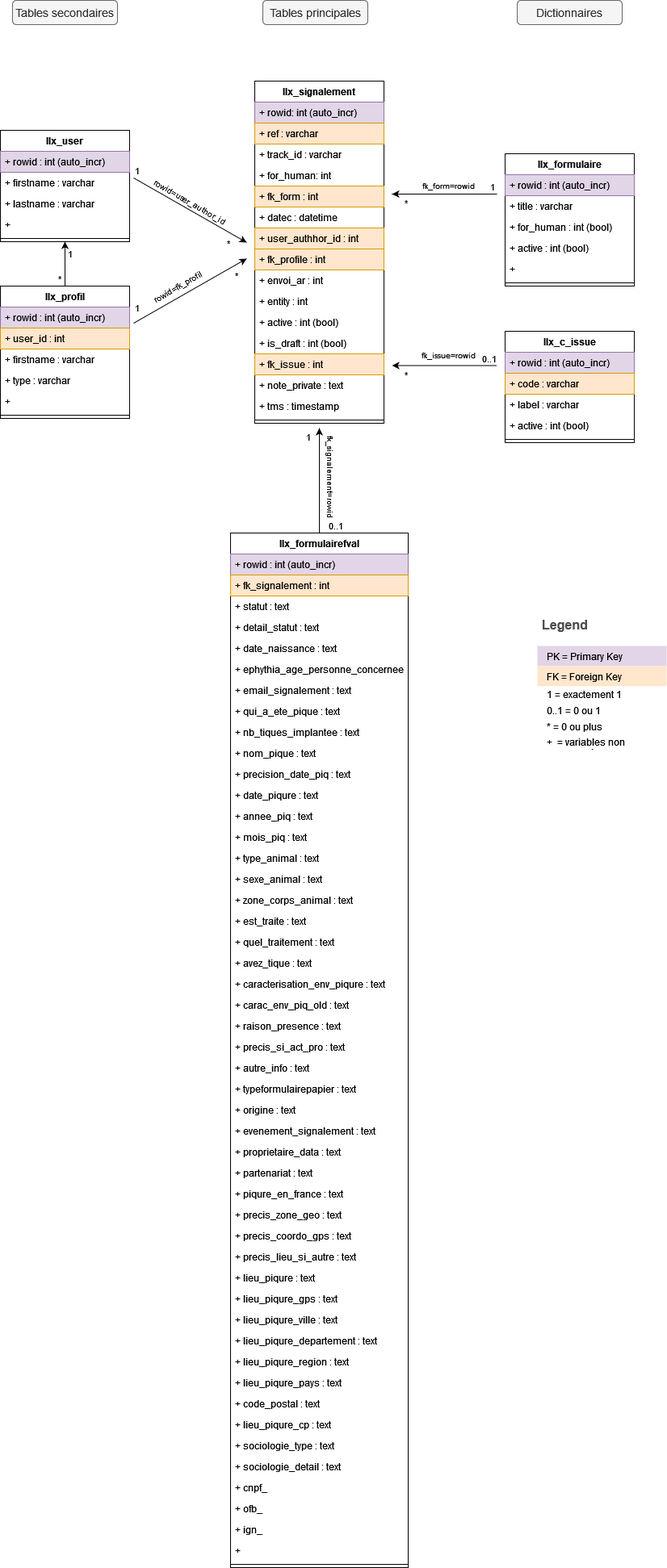
The draw.io diagram docs/_images/uml.drawio.png in luluhsl/CiTIQUE-Documentation, before a commit. Source tidied: cells renumbered, new cells last; positions are measured from the earlier drawing's top-left corner, leaving out a move shared by most shapes.
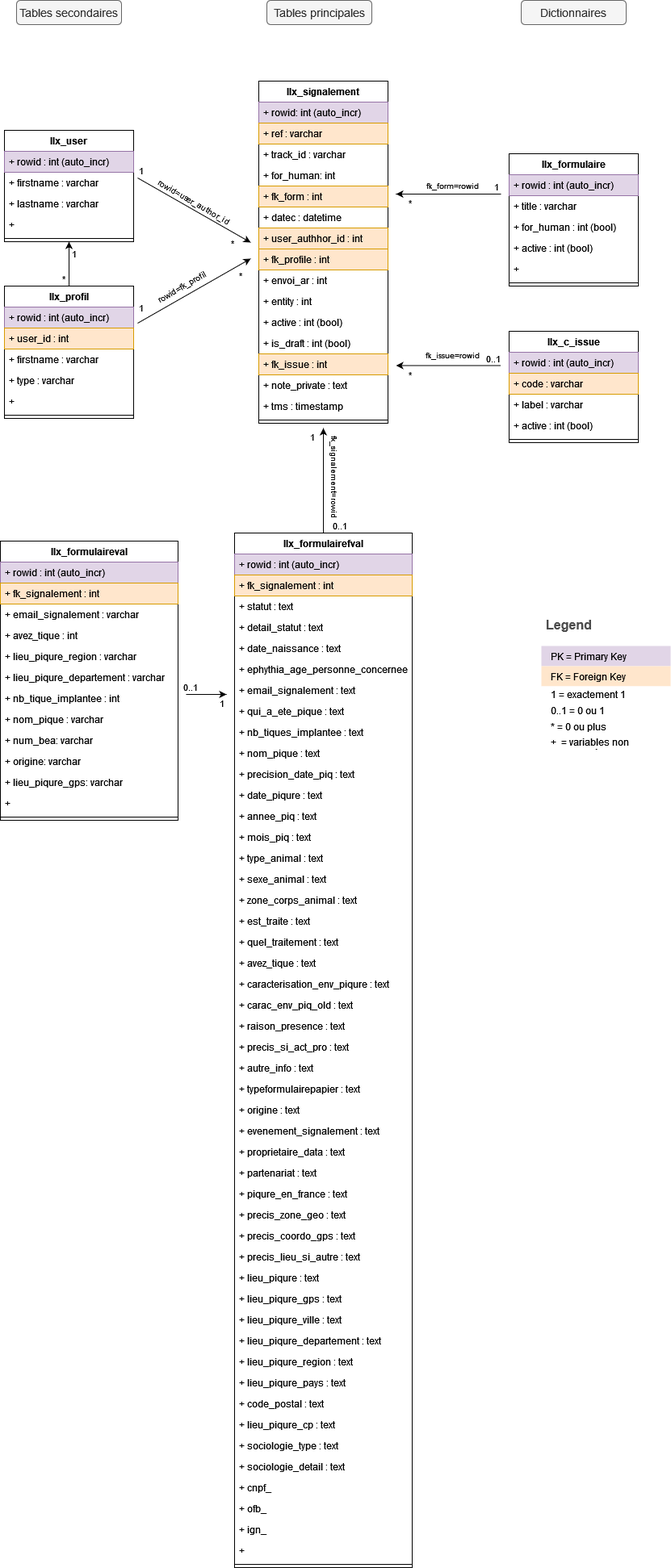
After the commit.

Commit message:
Mettre à jour uml.drawio.png

The edit, as a diff of the source:
```diff
@@ -422,5 +422,61 @@
     <mxCell id="129" value="+&amp;nbsp; = variables non mentionnées" style="shape=partialRectangle;html=1;whiteSpace=wrap;overflow=hidden;top=0;left=0;bottom=0;right=0;fontSize=12;align=left;spacingLeft=10;spacingRight=4;" parent="1" vertex="1">
       <mxGeometry x="665" y="910" width="160" height="20" as="geometry" />
     </mxCell>
+    <mxCell id="130" value="llx_formulaireval" style="swimlane;fontStyle=1;align=center;verticalAlign=top;horizontal=1;startSize=26;" parent="1" vertex="1">
+      <mxGeometry x="-5" y="670" width="220" height="346" as="geometry" />
+    </mxCell>
+    <mxCell id="131" value="+ rowid : int (auto_incr)" style="text;strokeColor=#9673a6;fillColor=#e1d5e7;align=left;verticalAlign=top;spacingLeft=4;spacingRight=4;overflow=hidden;" parent="130" vertex="1">
+      <mxGeometry y="26" width="220" height="26" as="geometry" />
+    </mxCell>
+    <mxCell id="132" value="+ fk_signalement : int" style="text;strokeColor=#d79b00;fillColor=#ffe6cc;align=left;verticalAlign=top;spacingLeft=4;spacingRight=4;overflow=hidden;" parent="130" vertex="1">
+      <mxGeometry y="52" width="220" height="26" as="geometry" />
+    </mxCell>
+    <mxCell id="133" value="+ email_signalement : varchar" style="text;strokeColor=none;fillColor=none;align=left;verticalAlign=top;spacingLeft=4;spacingRight=4;overflow=hidden;" parent="130" vertex="1">
+      <mxGeometry y="78" width="220" height="26" as="geometry" />
+    </mxCell>
+    <mxCell id="134" value="+ avez_tique : int" style="text;strokeColor=none;fillColor=none;align=left;verticalAlign=top;spacingLeft=4;spacingRight=4;overflow=hidden;" parent="130" vertex="1">
+      <mxGeometry y="104" width="220" height="26" as="geometry" />
+    </mxCell>
+    <mxCell id="135" value="+ lieu_piqure_region : varchar" style="text;strokeColor=none;fillColor=none;align=left;verticalAlign=top;spacingLeft=4;spacingRight=4;overflow=hidden;" parent="130" vertex="1">
+      <mxGeometry y="130" width="220" height="26" as="geometry" />
+    </mxCell>
+    <mxCell id="136" value="+ lieu_piqure_departement : varchar" style="text;strokeColor=none;fillColor=none;align=left;verticalAlign=top;spacingLeft=4;spacingRight=4;overflow=hidden;" parent="130" vertex="1">
+      <mxGeometry y="156" width="220" height="26" as="geometry" />
+    </mxCell>
+    <mxCell id="137" value="+ nb_tique_implantee : int" style="text;strokeColor=none;fillColor=none;align=left;verticalAlign=top;spacingLeft=4;spacingRight=4;overflow=hidden;" parent="130" vertex="1">
+      <mxGeometry y="182" width="220" height="26" as="geometry" />
+    </mxCell>
+    <mxCell id="138" value="+ nom_pique : varchar" style="text;strokeColor=none;fillColor=none;align=left;verticalAlign=top;spacingLeft=4;spacingRight=4;overflow=hidden;" parent="130" vertex="1">
+      <mxGeometry y="208" width="220" height="26" as="geometry" />
+    </mxCell>
+    <mxCell id="139" value="+ num_bea: varchar" style="text;strokeColor=none;fillColor=none;align=left;verticalAlign=top;spacingLeft=4;spacingRight=4;overflow=hidden;" parent="130" vertex="1">
+      <mxGeometry y="234" width="220" height="26" as="geometry" />
+    </mxCell>
+    <mxCell id="140" value="+ origine: varchar" style="text;strokeColor=none;fillColor=none;align=left;verticalAlign=top;spacingLeft=4;spacingRight=4;overflow=hidden;" parent="130" vertex="1">
+      <mxGeometry y="260" width="220" height="26" as="geometry" />
+    </mxCell>
+    <mxCell id="141" value="+ lieu_piqure_gps: varchar" style="text;strokeColor=none;fillColor=none;align=left;verticalAlign=top;spacingLeft=4;spacingRight=4;overflow=hidden;" parent="130" vertex="1">
+      <mxGeometry y="286" width="220" height="26" as="geometry" />
+    </mxCell>
+    <mxCell id="142" value="+ " style="text;strokeColor=none;fillColor=none;align=left;verticalAlign=top;spacingLeft=4;spacingRight=4;overflow=hidden;" parent="130" vertex="1">
+      <mxGeometry y="312" width="220" height="26" as="geometry" />
+    </mxCell>
+    <mxCell id="143" style="line;strokeWidth=1;fillColor=none;align=left;verticalAlign=middle;spacingTop=-1;spacingLeft=3;spacingRight=3;labelPosition=right;strokeColor=inherit;" parent="130" vertex="1">
+      <mxGeometry y="338" width="220" height="8" as="geometry" />
+    </mxCell>
+    <mxCell id="144" style="endArrow=classic;html=1;rounded=0;" parent="1" edge="1">
+      <mxGeometry relative="1" as="geometry">
+        <mxPoint x="225" y="860" as="sourcePoint" />
+        <mxPoint x="275" y="860" as="targetPoint" />
+      </mxGeometry>
+    </mxCell>
+    <mxCell id="145" value="1" style="edgeLabel;html=1;align=left;verticalAlign=bottom;" parent="144" vertex="1">
+      <mxGeometry x="-1" relative="1" as="geometry">
+        <mxPoint x="40" y="20" as="offset" />
+      </mxGeometry>
+    </mxCell>
+    <mxCell id="146" value="0..1" style="edgeLabel;html=1;align=left;verticalAlign=bottom;" parent="1" vertex="1">
+      <mxGeometry x="220" y="860" as="geometry" />
+    </mxCell>
   </root>
 </mxGraphModel>
```
